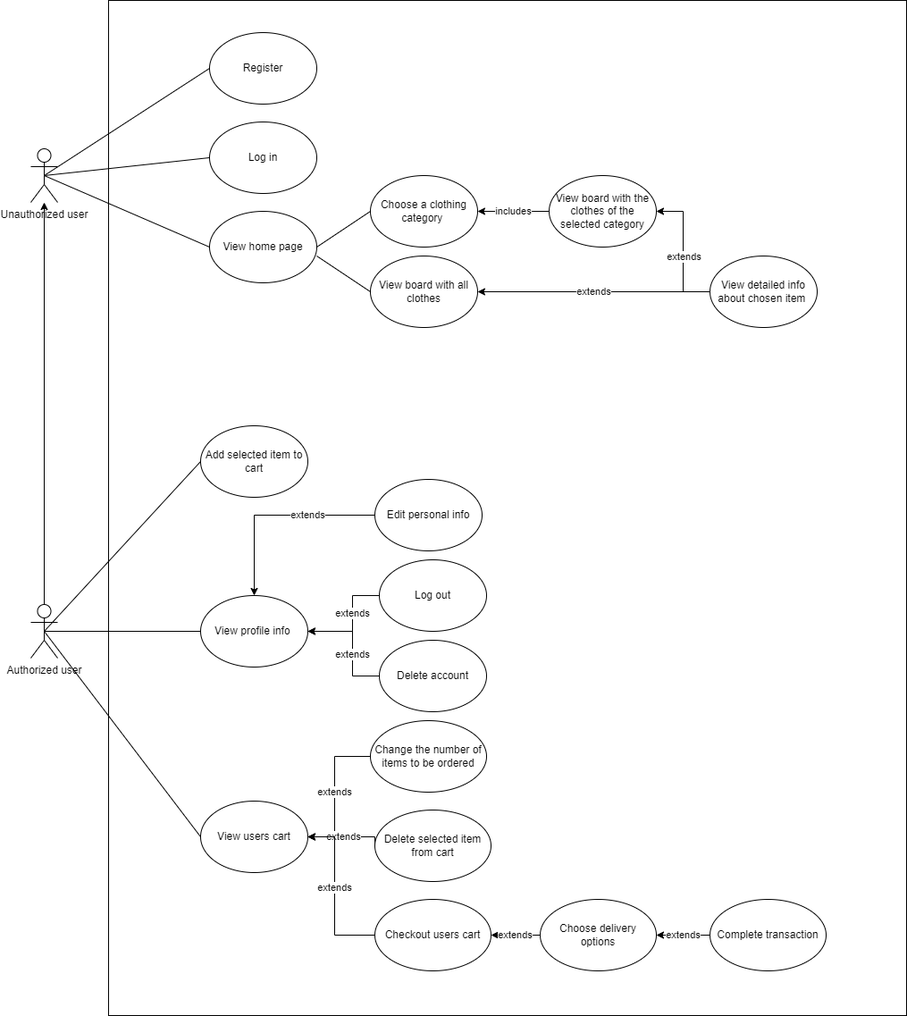
The draw.io diagram Documentation/Use Case Diagram.png in OutOftheRange/Clothes_Shop, before a commit. Source tidied: cells renumbered, new cells last; positions are measured from the earlier drawing's top-left corner, leaving out a move shared by most shapes. The source it was exported from:
```xml
<mxGraphModel>
  <root>
    <mxCell id="0" />
    <mxCell id="1" parent="0" />
    <mxCell id="2" style="rounded=0;whiteSpace=wrap;html=1;" parent="1" vertex="1">
      <mxGeometry x="87" width="893" height="1136" as="geometry" />
    </mxCell>
    <mxCell id="3" style="edgeStyle=orthogonalEdgeStyle;rounded=0;jettySize=auto;html=1;" parent="1" edge="1" source="4" target="5">
      <mxGeometry relative="1" as="geometry" />
    </mxCell>
    <mxCell id="4" value="Authorized user" style="shape=umlActor;verticalLabelPosition=bottom;verticalAlign=top;html=1;outlineConnect=0;" parent="1" vertex="1">
      <mxGeometry y="676" width="30" height="60" as="geometry" />
    </mxCell>
    <mxCell id="5" value="Unauthorized user" style="shape=umlActor;verticalLabelPosition=bottom;verticalAlign=top;html=1;outlineConnect=0;" parent="1" vertex="1">
      <mxGeometry y="166" width="30" height="60" as="geometry" />
    </mxCell>
    <mxCell id="6" value="Register" style="ellipse;whiteSpace=wrap;html=1;" parent="1" vertex="1">
      <mxGeometry x="200" y="36" width="120" height="80" as="geometry" />
    </mxCell>
    <mxCell id="7" value="Log in" style="ellipse;whiteSpace=wrap;html=1;" parent="1" vertex="1">
      <mxGeometry x="200" y="136" width="120" height="80" as="geometry" />
    </mxCell>
    <mxCell id="8" value="includes" style="edgeStyle=orthogonalEdgeStyle;rounded=0;jettySize=auto;html=1;entryX=1;entryY=0.5;entryDx=0;entryDy=0;exitX=0;exitY=0.5;exitDx=0;exitDy=0;" parent="1" edge="1" source="17" target="9">
      <mxGeometry relative="1" as="geometry" />
    </mxCell>
    <mxCell id="9" value="Сhoose a clothing category&amp;nbsp;" style="ellipse;whiteSpace=wrap;html=1;" parent="1" vertex="1">
      <mxGeometry x="380" y="196" width="120" height="80" as="geometry" />
    </mxCell>
    <mxCell id="10" value="extends" style="edgeStyle=orthogonalEdgeStyle;rounded=0;jettySize=auto;html=1;exitX=0;exitY=0.5;exitDx=0;exitDy=0;entryX=1;entryY=0.5;entryDx=0;entryDy=0;" parent="1" edge="1" source="22" target="11">
      <mxGeometry relative="1" as="geometry" />
    </mxCell>
    <mxCell id="11" value="View board with all clothes" style="ellipse;whiteSpace=wrap;html=1;" parent="1" vertex="1">
      <mxGeometry x="380" y="286" width="120" height="80" as="geometry" />
    </mxCell>
    <mxCell id="12" style="endArrow=none;html=1;rounded=0;exitX=0.5;exitY=0.5;exitDx=0;exitDy=0;exitPerimeter=0;entryX=0;entryY=0.5;entryDx=0;entryDy=0;" parent="1" edge="1" source="5" target="6">
      <mxGeometry relative="1" as="geometry" />
    </mxCell>
    <mxCell id="13" style="endArrow=none;html=1;rounded=0;exitX=0.5;exitY=0.5;exitDx=0;exitDy=0;exitPerimeter=0;entryX=0;entryY=0.5;entryDx=0;entryDy=0;" parent="1" edge="1" source="4" target="23">
      <mxGeometry relative="1" as="geometry" />
    </mxCell>
    <mxCell id="14" style="endArrow=none;html=1;rounded=0;exitX=0.5;exitY=0.5;exitDx=0;exitDy=0;exitPerimeter=0;entryX=0;entryY=0.5;entryDx=0;entryDy=0;" parent="1" edge="1" source="5" target="7">
      <mxGeometry relative="1" as="geometry" />
    </mxCell>
    <mxCell id="15" style="edgeStyle=orthogonalEdgeStyle;rounded=0;jettySize=auto;html=1;exitX=0;exitY=0.5;exitDx=0;exitDy=0;entryX=1;entryY=0.5;entryDx=0;entryDy=0;" parent="1" edge="1" source="22" target="17">
      <mxGeometry relative="1" as="geometry" />
    </mxCell>
    <mxCell id="16" value="extends" style="edgeLabel;html=1;align=center;verticalAlign=middle;" parent="15" vertex="1">
      <mxGeometry x="-0.22" relative="1" as="geometry">
        <mxPoint y="-12" as="offset" />
      </mxGeometry>
    </mxCell>
    <mxCell id="17" value="View board with the clothes of the selected category" style="ellipse;whiteSpace=wrap;html=1;" parent="1" vertex="1">
      <mxGeometry x="580" y="196" width="120" height="80" as="geometry" />
    </mxCell>
    <mxCell id="18" value="View home page" style="ellipse;whiteSpace=wrap;html=1;" parent="1" vertex="1">
      <mxGeometry x="200" y="236" width="120" height="80" as="geometry" />
    </mxCell>
    <mxCell id="19" style="endArrow=none;html=1;rounded=0;exitX=0.5;exitY=0.5;exitDx=0;exitDy=0;exitPerimeter=0;entryX=0;entryY=0.5;entryDx=0;entryDy=0;" parent="1" edge="1" source="5" target="18">
      <mxGeometry relative="1" as="geometry" />
    </mxCell>
    <mxCell id="20" style="endArrow=none;html=1;rounded=0;entryX=0;entryY=0.5;entryDx=0;entryDy=0;" parent="1" edge="1" target="11">
      <mxGeometry relative="1" as="geometry">
        <mxPoint x="320" y="286" as="sourcePoint" />
      </mxGeometry>
    </mxCell>
    <mxCell id="21" style="endArrow=none;html=1;rounded=0;entryX=0;entryY=0.5;entryDx=0;entryDy=0;exitX=1;exitY=0.5;exitDx=0;exitDy=0;" parent="1" edge="1" source="18" target="9">
      <mxGeometry relative="1" as="geometry" />
    </mxCell>
    <mxCell id="22" value="View detailed info about chosen item&amp;nbsp;" style="ellipse;whiteSpace=wrap;html=1;" parent="1" vertex="1">
      <mxGeometry x="760" y="286" width="120" height="80" as="geometry" />
    </mxCell>
    <mxCell id="23" value="Add selected item to cart" style="ellipse;whiteSpace=wrap;html=1;" parent="1" vertex="1">
      <mxGeometry x="190" y="476" width="120" height="80" as="geometry" />
    </mxCell>
    <mxCell id="24" value="View profile info&amp;nbsp;" style="ellipse;whiteSpace=wrap;html=1;" parent="1" vertex="1">
      <mxGeometry x="190" y="666" width="120" height="80" as="geometry" />
    </mxCell>
    <mxCell id="25" value="View users cart" style="ellipse;whiteSpace=wrap;html=1;" parent="1" vertex="1">
      <mxGeometry x="190" y="896" width="120" height="80" as="geometry" />
    </mxCell>
    <mxCell id="26" style="endArrow=none;html=1;rounded=0;exitX=0.5;exitY=0.5;exitDx=0;exitDy=0;exitPerimeter=0;entryX=0;entryY=0.5;entryDx=0;entryDy=0;" parent="1" edge="1" source="4" target="24">
      <mxGeometry relative="1" as="geometry" />
    </mxCell>
    <mxCell id="27" style="endArrow=none;html=1;rounded=0;entryX=0;entryY=0.5;entryDx=0;entryDy=0;exitX=0.5;exitY=0.5;exitDx=0;exitDy=0;exitPerimeter=0;" parent="1" edge="1" source="4" target="25">
      <mxGeometry relative="1" as="geometry" />
    </mxCell>
    <mxCell id="28" value="extends" style="edgeStyle=orthogonalEdgeStyle;rounded=0;jettySize=auto;html=1;exitX=0;exitY=0.5;exitDx=0;exitDy=0;entryX=0.5;entryY=0;entryDx=0;entryDy=0;" parent="1" edge="1" source="29" target="24">
      <mxGeometry x="-0.33" relative="1" as="geometry" />
    </mxCell>
    <mxCell id="29" value="Edit personal info" style="ellipse;whiteSpace=wrap;html=1;" parent="1" vertex="1">
      <mxGeometry x="385" y="536" width="120" height="80" as="geometry" />
    </mxCell>
    <mxCell id="30" value="extends" style="edgeStyle=orthogonalEdgeStyle;rounded=0;jettySize=auto;html=1;exitX=0;exitY=0.5;exitDx=0;exitDy=0;entryX=1;entryY=0.5;entryDx=0;entryDy=0;" parent="1" edge="1" source="31" target="24">
      <mxGeometry x="-0.17" relative="1" as="geometry">
        <Array as="points">
          <mxPoint x="360" y="756" />
          <mxPoint x="360" y="706" />
        </Array>
      </mxGeometry>
    </mxCell>
    <mxCell id="31" value="Delete account" style="ellipse;whiteSpace=wrap;html=1;" parent="1" vertex="1">
      <mxGeometry x="390" y="716" width="120" height="80" as="geometry" />
    </mxCell>
    <mxCell id="32" value="extends" style="edgeStyle=orthogonalEdgeStyle;rounded=0;jettySize=auto;html=1;exitX=0;exitY=0.5;exitDx=0;exitDy=0;entryX=1;entryY=0.5;entryDx=0;entryDy=0;" parent="1" edge="1" source="33" target="24">
      <mxGeometry x="-0.17" relative="1" as="geometry">
        <Array as="points">
          <mxPoint x="360" y="666" />
          <mxPoint x="360" y="706" />
        </Array>
      </mxGeometry>
    </mxCell>
    <mxCell id="33" value="Log out" style="ellipse;whiteSpace=wrap;html=1;" parent="1" vertex="1">
      <mxGeometry x="390" y="626" width="120" height="80" as="geometry" />
    </mxCell>
    <mxCell id="34" value="extends" style="edgeStyle=orthogonalEdgeStyle;rounded=0;jettySize=auto;html=1;exitX=0;exitY=0.5;exitDx=0;exitDy=0;entryX=1;entryY=0.5;entryDx=0;entryDy=0;" parent="1" edge="1" source="35" target="25">
      <mxGeometry relative="1" as="geometry">
        <Array as="points">
          <mxPoint x="340" y="846" />
          <mxPoint x="340" y="936" />
        </Array>
      </mxGeometry>
    </mxCell>
    <mxCell id="35" value="Change the number of items to be ordered" style="ellipse;whiteSpace=wrap;html=1;" parent="1" vertex="1">
      <mxGeometry x="380" y="806" width="130" height="80" as="geometry" />
    </mxCell>
    <mxCell id="36" value="extends" style="edgeStyle=orthogonalEdgeStyle;rounded=0;jettySize=auto;html=1;exitX=0;exitY=0.5;exitDx=0;exitDy=0;entryX=1;entryY=0.5;entryDx=0;entryDy=0;" parent="1" edge="1" source="37" target="25">
      <mxGeometry x="0.06" relative="1" as="geometry">
        <Array as="points">
          <mxPoint x="385" y="936" />
        </Array>
      </mxGeometry>
    </mxCell>
    <mxCell id="37" value="Delete selected item from cart" style="ellipse;whiteSpace=wrap;html=1;" parent="1" vertex="1">
      <mxGeometry x="385" y="906" width="130" height="80" as="geometry" />
    </mxCell>
    <mxCell id="38" value="extends" style="edgeStyle=orthogonalEdgeStyle;rounded=0;jettySize=auto;html=1;exitX=0;exitY=0.5;exitDx=0;exitDy=0;" parent="1" edge="1" source="39">
      <mxGeometry x="0.06" relative="1" as="geometry">
        <mxPoint x="310" y="936" as="targetPoint" />
        <Array as="points">
          <mxPoint x="340" y="1046" />
          <mxPoint x="340" y="936" />
          <mxPoint x="310" y="936" />
        </Array>
      </mxGeometry>
    </mxCell>
    <mxCell id="39" value="Checkout users cart" style="ellipse;whiteSpace=wrap;html=1;" parent="1" vertex="1">
      <mxGeometry x="385" y="1006" width="130" height="80" as="geometry" />
    </mxCell>
    <mxCell id="40" value="extends" style="edgeStyle=orthogonalEdgeStyle;rounded=0;jettySize=auto;html=1;exitX=0;exitY=0.5;exitDx=0;exitDy=0;entryX=1;entryY=0.5;entryDx=0;entryDy=0;" parent="1" edge="1" source="41" target="39">
      <mxGeometry relative="1" as="geometry" />
    </mxCell>
    <mxCell id="41" value="Choose delivery options" style="ellipse;whiteSpace=wrap;html=1;" parent="1" vertex="1">
      <mxGeometry x="570" y="1006" width="130" height="80" as="geometry" />
    </mxCell>
    <mxCell id="42" value="extends" style="edgeStyle=orthogonalEdgeStyle;rounded=0;jettySize=auto;html=1;exitX=0;exitY=0.5;exitDx=0;exitDy=0;entryX=1;entryY=0.5;entryDx=0;entryDy=0;" parent="1" edge="1" source="43" target="41">
      <mxGeometry relative="1" as="geometry" />
    </mxCell>
    <mxCell id="43" value="Complete transaction" style="ellipse;whiteSpace=wrap;html=1;" parent="1" vertex="1">
      <mxGeometry x="760" y="1006" width="130" height="80" as="geometry" />
    </mxCell>
  </root>
</mxGraphModel>
```
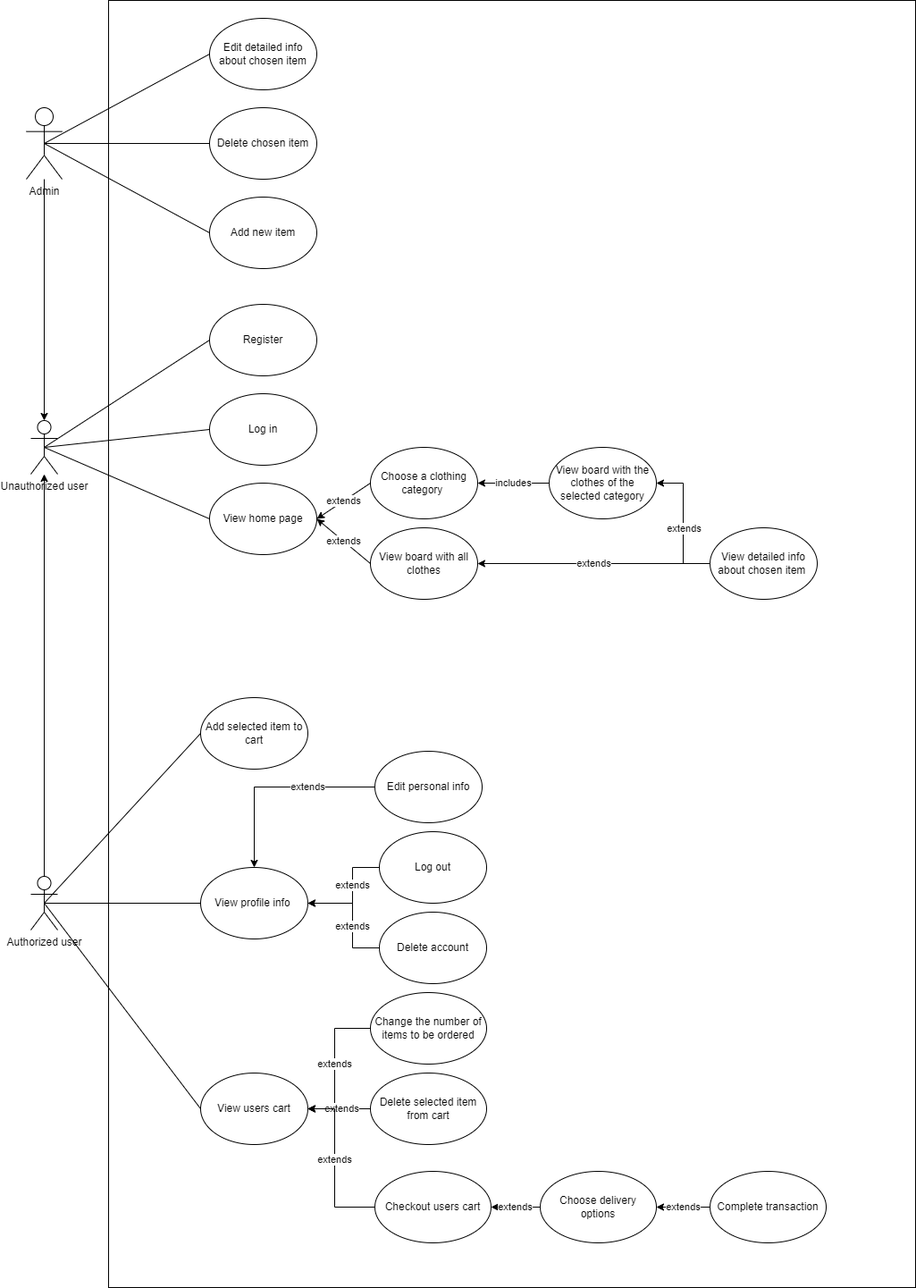
The same file after the commit.

Diff of the diagram source:
```diff
@@ -3,7 +3,7 @@
     <mxCell id="0" />
     <mxCell id="1" parent="0" />
     <mxCell id="2" style="rounded=0;whiteSpace=wrap;html=1;" parent="1" vertex="1">
-      <mxGeometry x="87" width="893" height="1136" as="geometry" />
+      <mxGeometry x="87" y="-304" width="903" height="1440" as="geometry" />
     </mxCell>
     <mxCell id="3" style="edgeStyle=orthogonalEdgeStyle;rounded=0;jettySize=auto;html=1;" parent="1" edge="1" source="4" target="5">
       <mxGeometry relative="1" as="geometry" />
@@ -58,14 +58,6 @@
     <mxCell id="19" style="endArrow=none;html=1;rounded=0;exitX=0.5;exitY=0.5;exitDx=0;exitDy=0;exitPerimeter=0;entryX=0;entryY=0.5;entryDx=0;entryDy=0;" parent="1" edge="1" source="5" target="18">
       <mxGeometry relative="1" as="geometry" />
     </mxCell>
-    <mxCell id="20" style="endArrow=none;html=1;rounded=0;entryX=0;entryY=0.5;entryDx=0;entryDy=0;" parent="1" edge="1" target="11">
-      <mxGeometry relative="1" as="geometry">
-        <mxPoint x="320" y="286" as="sourcePoint" />
-      </mxGeometry>
-    </mxCell>
-    <mxCell id="21" style="endArrow=none;html=1;rounded=0;entryX=0;entryY=0.5;entryDx=0;entryDy=0;exitX=1;exitY=0.5;exitDx=0;exitDy=0;" parent="1" edge="1" source="18" target="9">
-      <mxGeometry relative="1" as="geometry" />
-    </mxCell>
     <mxCell id="22" value="View detailed info about chosen item&amp;nbsp;" style="ellipse;whiteSpace=wrap;html=1;" parent="1" vertex="1">
       <mxGeometry x="760" y="286" width="120" height="80" as="geometry" />
     </mxCell>
@@ -131,7 +123,7 @@
       </mxGeometry>
     </mxCell>
     <mxCell id="37" value="Delete selected item from cart" style="ellipse;whiteSpace=wrap;html=1;" parent="1" vertex="1">
-      <mxGeometry x="385" y="906" width="130" height="80" as="geometry" />
+      <mxGeometry x="380" y="896" width="130" height="80" as="geometry" />
     </mxCell>
     <mxCell id="38" value="extends" style="edgeStyle=orthogonalEdgeStyle;rounded=0;jettySize=auto;html=1;exitX=0;exitY=0.5;exitDx=0;exitDy=0;" parent="1" edge="1" source="39">
       <mxGeometry x="0.06" relative="1" as="geometry">
@@ -158,5 +150,35 @@
     <mxCell id="43" value="Complete transaction" style="ellipse;whiteSpace=wrap;html=1;" parent="1" vertex="1">
       <mxGeometry x="760" y="1006" width="130" height="80" as="geometry" />
     </mxCell>
+    <mxCell id="44" style="edgeStyle=orthogonalEdgeStyle;rounded=0;jettySize=auto;html=1;entryX=0.5;entryY=0;entryDx=0;entryDy=0;entryPerimeter=0;" parent="1" edge="1" source="45" target="5">
+      <mxGeometry relative="1" as="geometry" />
+    </mxCell>
+    <mxCell id="45" value="Admin" style="shape=umlActor;verticalLabelPosition=bottom;verticalAlign=top;html=1;outlineConnect=0;" parent="1" vertex="1">
+      <mxGeometry x="-5" y="-184" width="40" height="80" as="geometry" />
+    </mxCell>
+    <mxCell id="46" value="Edit detailed info about chosen item" style="ellipse;whiteSpace=wrap;html=1;" parent="1" vertex="1">
+      <mxGeometry x="200" y="-284" width="120" height="80" as="geometry" />
+    </mxCell>
+    <mxCell id="47" style="endArrow=none;html=1;rounded=0;exitX=0;exitY=0.5;exitDx=0;exitDy=0;entryX=0.5;entryY=0.5;entryDx=0;entryDy=0;entryPerimeter=0;" parent="1" edge="1" source="46" target="45">
+      <mxGeometry relative="1" as="geometry" />
+    </mxCell>
+    <mxCell id="48" value="Delete chosen item" style="ellipse;whiteSpace=wrap;html=1;" parent="1" vertex="1">
+      <mxGeometry x="200" y="-184" width="120" height="80" as="geometry" />
+    </mxCell>
+    <mxCell id="49" style="endArrow=none;html=1;rounded=0;entryX=0.5;entryY=0.5;entryDx=0;entryDy=0;entryPerimeter=0;exitX=0;exitY=0.5;exitDx=0;exitDy=0;" parent="1" edge="1" source="48" target="45">
+      <mxGeometry relative="1" as="geometry" />
+    </mxCell>
+    <mxCell id="50" value="Add new item" style="ellipse;whiteSpace=wrap;html=1;" parent="1" vertex="1">
+      <mxGeometry x="200" y="-84" width="120" height="80" as="geometry" />
+    </mxCell>
+    <mxCell id="51" style="endArrow=none;html=1;rounded=0;entryX=0.5;entryY=0.5;entryDx=0;entryDy=0;entryPerimeter=0;exitX=0;exitY=0.5;exitDx=0;exitDy=0;" parent="1" edge="1" source="50" target="45">
+      <mxGeometry relative="1" as="geometry" />
+    </mxCell>
+    <mxCell id="52" value="extends" style="rounded=0;jettySize=auto;html=1;exitX=0;exitY=0.5;exitDx=0;exitDy=0;entryX=1;entryY=0.5;entryDx=0;entryDy=0;" parent="1" edge="1" source="11" target="18">
+      <mxGeometry relative="1" as="geometry" />
+    </mxCell>
+    <mxCell id="53" value="extends" style="rounded=0;jettySize=auto;html=1;exitX=0;exitY=0.5;exitDx=0;exitDy=0;entryX=1;entryY=0.5;entryDx=0;entryDy=0;" parent="1" edge="1" source="9" target="18">
+      <mxGeometry relative="1" as="geometry" />
+    </mxCell>
   </root>
 </mxGraphModel>
```
